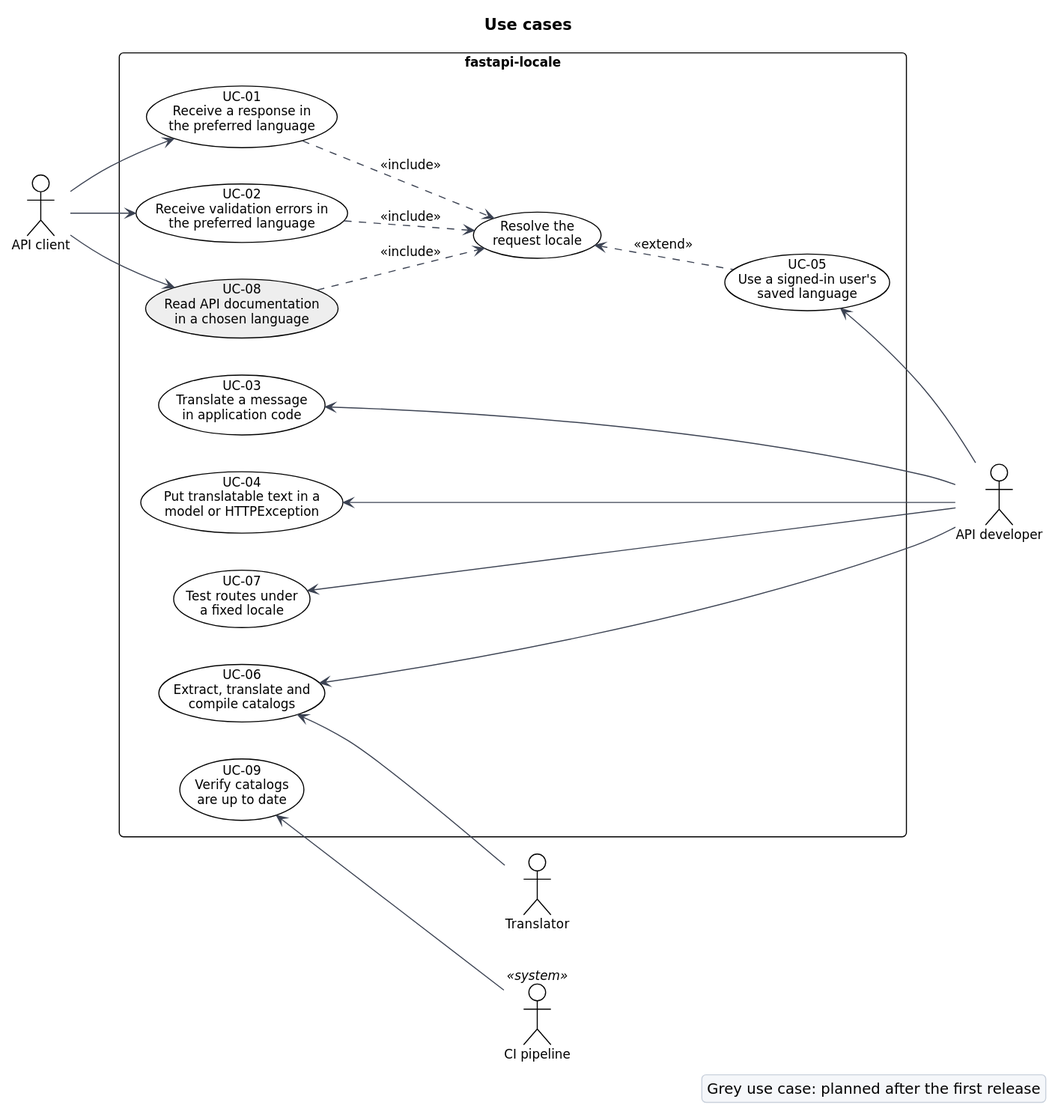
Earlier version of the PlantUML export docs/diagrams/use-case.svg (fastapi-extensions/fastapi-locale). Its source is kept beside it as docs/diagrams/use-case.puml. Its diagram source:
```plantuml
@startuml use-case
!include include/style.iuml
title Use cases
left to right direction

actor "API client" as Client
actor "API developer" as Dev
actor "Translator" as Tr
actor "CI pipeline" as CI <<system>>

rectangle "fastapi-locale" {
  usecase "UC-01\nReceive a response in\nthe preferred language" as UC01
  usecase "UC-02\nReceive validation errors in\nthe preferred language" as UC02
  usecase "UC-08\nRead API documentation\nin a chosen language" as UC08 #EEEEEE
  usecase "Resolve the\nrequest locale" as RES
  usecase "UC-05\nUse a signed-in user's\nsaved language" as UC05
  usecase "UC-03\nTranslate a message\nin application code" as UC03
  usecase "UC-04\nPut translatable text in a\nmodel or HTTPException" as UC04
  usecase "UC-07\nTest routes under\na fixed locale" as UC07
  usecase "UC-06\nExtract, translate and\ncompile catalogs" as UC06
  usecase "UC-09\nVerify catalogs\nare up to date" as UC09
}

Client --> UC01
Client --> UC02
Client --> UC08
UC01 ..> RES : <<include>>
UC02 ..> RES : <<include>>
UC08 ..> RES : <<include>>
UC05 .up.> RES : <<extend>>

UC03 <-- Dev
UC04 <-- Dev
UC05 <-- Dev
UC07 <-- Dev
UC06 <-- Dev
UC06 <-- Tr
UC09 <-- CI

legend right
  Grey use case: planned after the first release
endlegend
@enduml
```
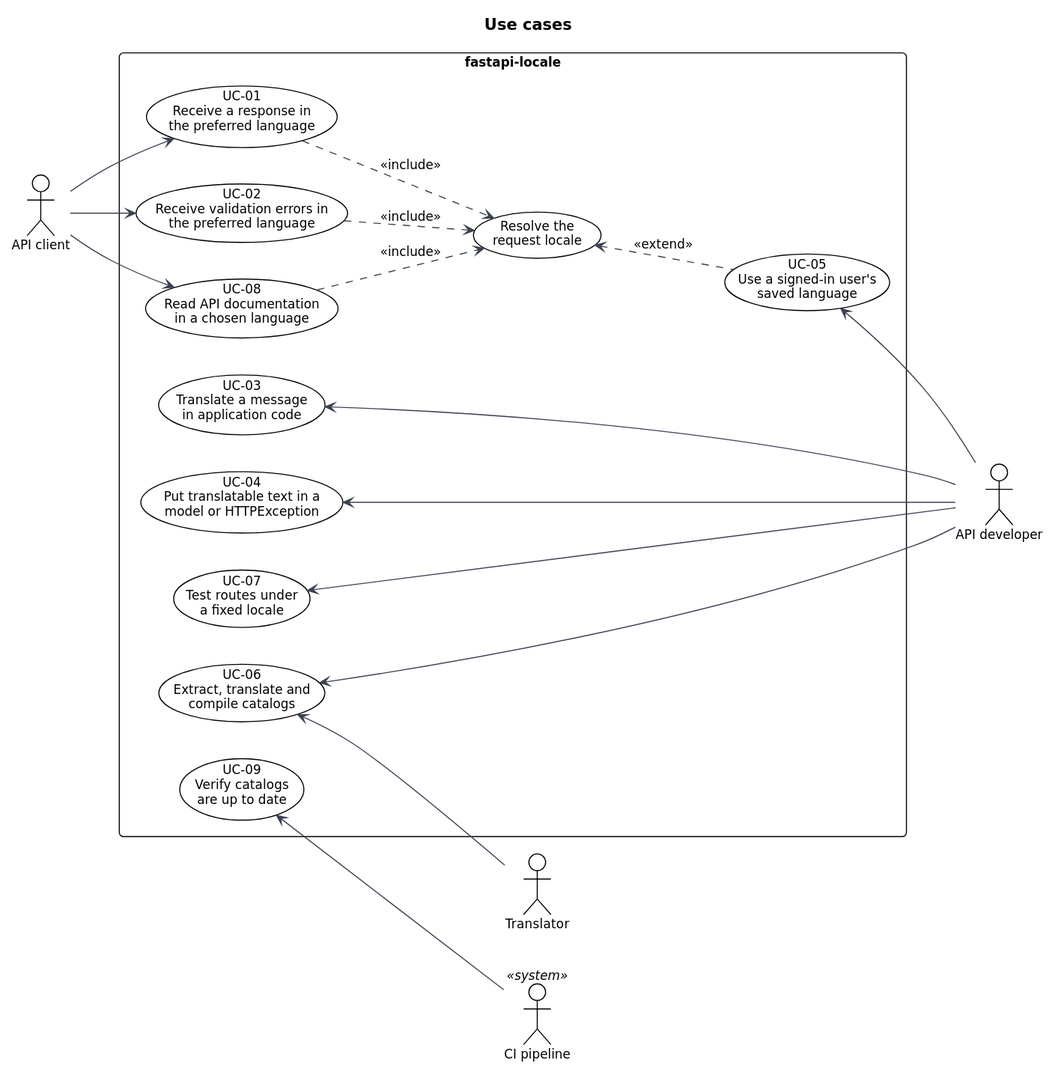
Later version of the same file.

Change to the diagram source:
```diff
@@ -11,7 +11,7 @@
 rectangle "fastapi-locale" {
   usecase "UC-01\nReceive a response in\nthe preferred language" as UC01
   usecase "UC-02\nReceive validation errors in\nthe preferred language" as UC02
-  usecase "UC-08\nRead API documentation\nin a chosen language" as UC08 #EEEEEE
+  usecase "UC-08\nRead API documentation\nin a chosen language" as UC08
   usecase "Resolve the\nrequest locale" as RES
   usecase "UC-05\nUse a signed-in user's\nsaved language" as UC05
   usecase "UC-03\nTranslate a message\nin application code" as UC03
@@ -37,7 +37,4 @@
 UC06 <-- Tr
 UC09 <-- CI
 
-legend right
-  Grey use case: planned after the first release
-endlegend
 @enduml
```
